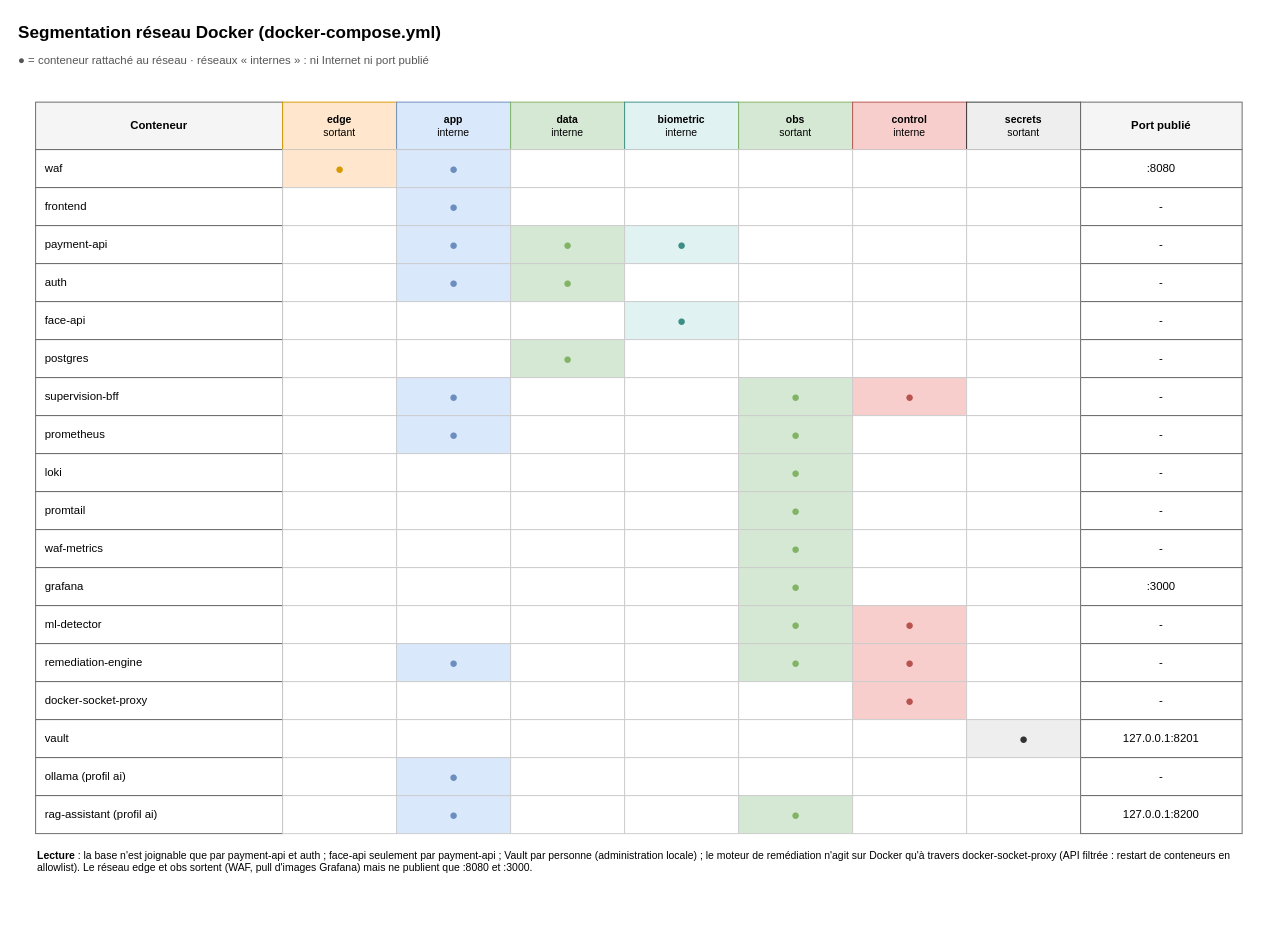
This is page "Matrice de segmentation" (2 of 2) of docs/diagrams/reseaux.drawio from Rococo77/Workshop-26, a draw.io file, before an edit. Source tidied: cells renumbered, new cells numbered last; positions are measured from the earlier drawing's top-left corner, leaving out a move shared by most shapes. Both pictures are drawn from the tidied source at 95%, with x=0, y=0 at pixel (16, 16).
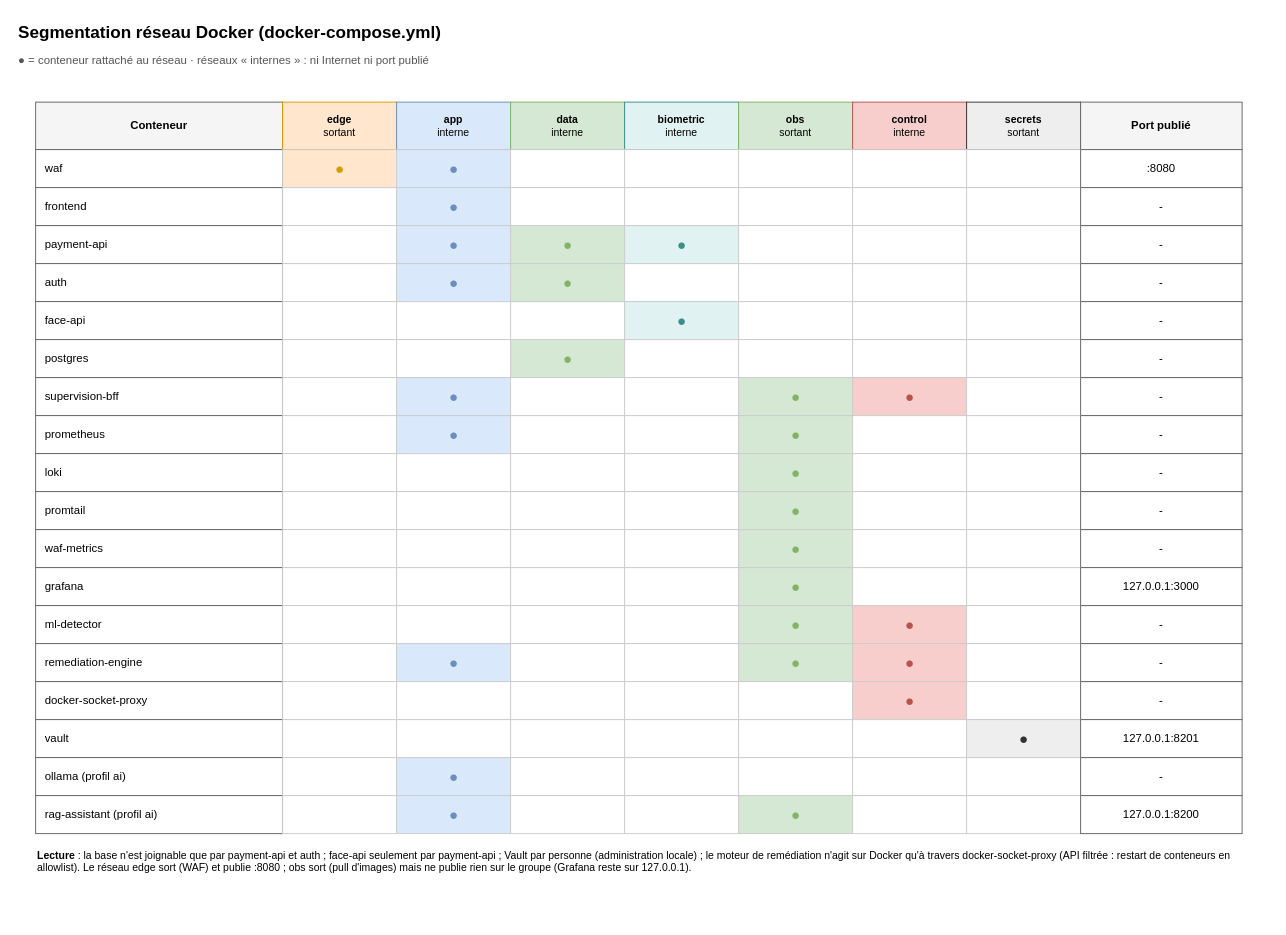
The same page after the edit.

Commit message (it also covers changes not shown here):
docs: Grafana local (127.0.0.1) coherent partout apres durcissement

Diff of the diagram source:
```diff
@@
-    <mxCell id="120" value=":3000" style="rounded=1;whiteSpace=wrap;html=1;fillColor=#ffffff;strokeColor=#666666;arcSize=0;" parent="1" vertex="1">
+    <mxCell id="120" value="127.0.0.1:3000" style="rounded=1;whiteSpace=wrap;html=1;fillColor=#ffffff;strokeColor=#666666;arcSize=0;" parent="1" vertex="1">
       <mxGeometry x="1120" y="580" width="170" height="40" as="geometry" />
     </mxCell>
@@
-    <mxCell id="175" value="&lt;b&gt;Lecture&lt;/b&gt; : la base n'est joignable que par payment-api et auth ; face-api seulement par payment-api ; Vault par personne (administration locale) ; le moteur de remédiation n'agit sur Docker qu'à travers docker-socket-proxy (API filtrée : restart de conteneurs en allowlist). Le réseau edge et obs sortent (WAF, pull d'images Grafana) mais ne publient que :8080 et :3000." style="text;html=1;whiteSpace=wrap;align=left;verticalAlign=top;fontSize=11;" parent="1" vertex="1">
+    <mxCell id="175" value="&lt;b&gt;Lecture&lt;/b&gt; : la base n'est joignable que par payment-api et auth ; face-api seulement par payment-api ; Vault par personne (administration locale) ; le moteur de remédiation n'agit sur Docker qu'à travers docker-socket-proxy (API filtrée : restart de conteneurs en allowlist). Le réseau edge sort (WAF) et publie :8080 ; obs sort (pull d'images) mais ne publie rien sur le groupe (Grafana reste sur 127.0.0.1)." style="text;html=1;whiteSpace=wrap;align=left;verticalAlign=top;fontSize=11;" parent="1" vertex="1">
       <mxGeometry x="20" y="870" width="1300" height="80" as="geometry" />
     </mxCell>
```
